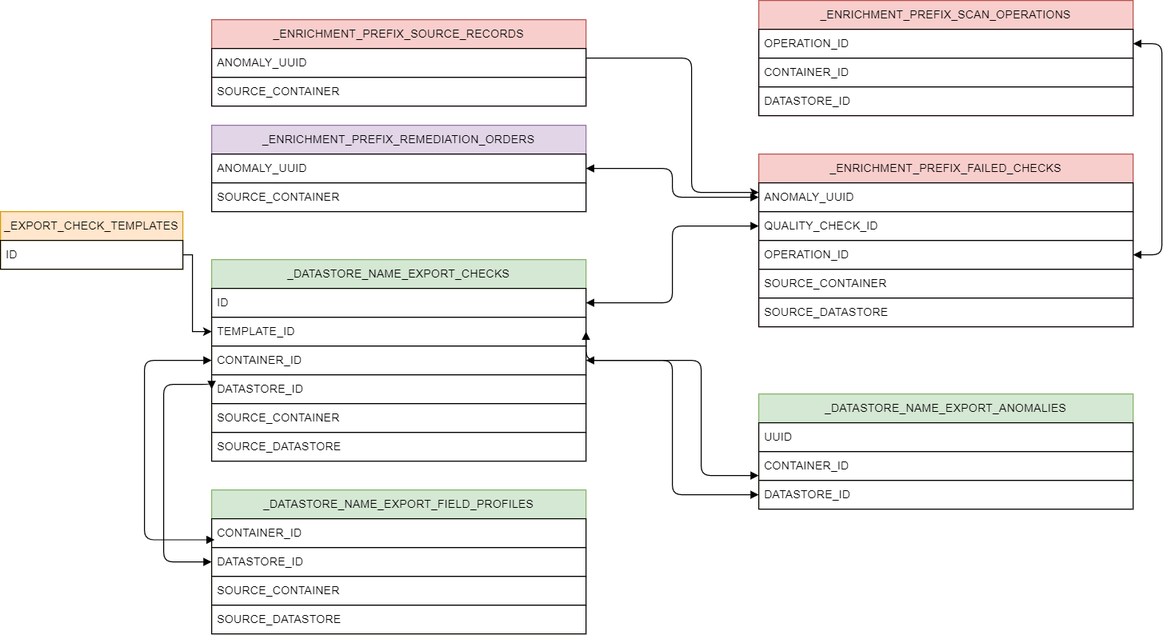
Above: docs/assets/enrichment/diagram-light.png in Qualytics/userguide (draw.io), before the change. Source tidied: cells renumbered, new cells last; positions are measured from the earlier drawing's top-left corner, leaving out a move shared by most shapes.
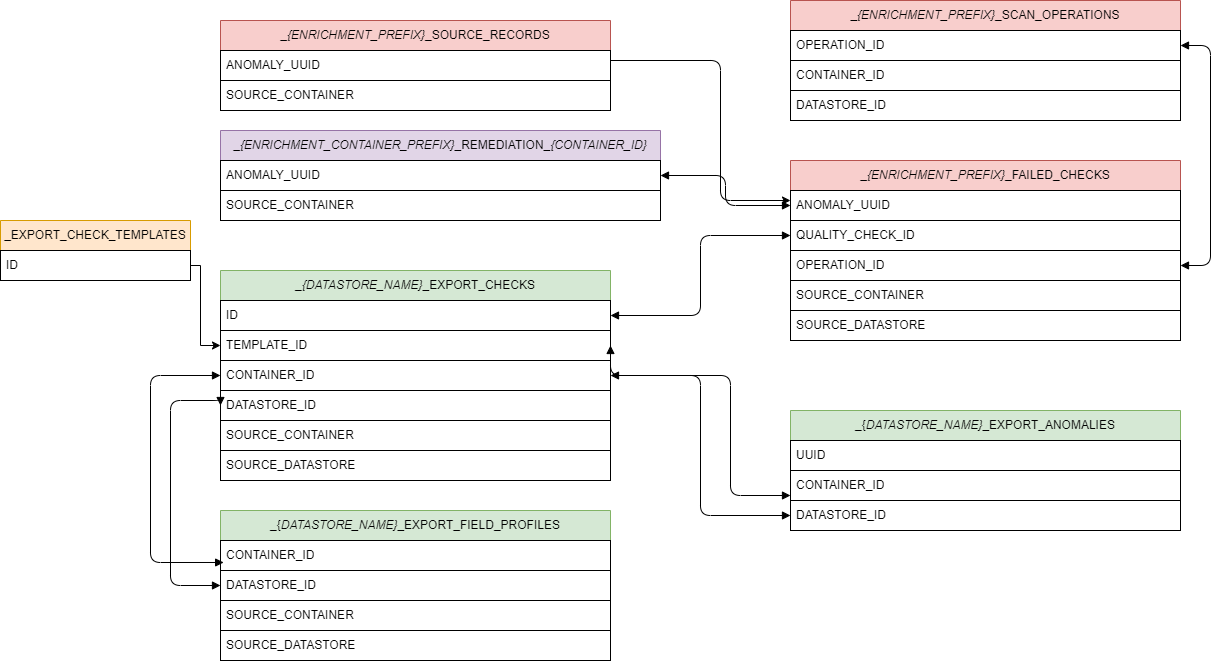
The same file after the commit.

Change to the diagram source:
```diff
@@ -2,7 +2,7 @@
   <root>
     <mxCell id="0" />
     <mxCell id="1" parent="0" />
-    <mxCell id="2" value="_DATASTORE_NAME_EXPORT_CHECKS" style="swimlane;fontStyle=0;horizontal=1;startSize=30;swimlaneLine=1;fillColor=#d5e8d4;whiteSpace=wrap;html=1;swimlaneHead=1;strokeColor=#82b366;" parent="1" vertex="1">
+    <mxCell id="2" value="_&lt;i&gt;{DATASTORE_NAME}&lt;/i&gt;_EXPORT_CHECKS" style="swimlane;fontStyle=0;horizontal=1;startSize=30;swimlaneLine=1;fillColor=#d5e8d4;whiteSpace=wrap;html=1;swimlaneHead=1;strokeColor=#82b366;" parent="1" vertex="1">
       <mxGeometry x="220" y="270" width="390" height="210" as="geometry" />
     </mxCell>
     <mxCell id="3" value="ID" style="text;strokeColor=default;fillColor=none;align=left;verticalAlign=middle;spacingLeft=4;spacingRight=4;overflow=hidden;points=[[0,0.5],[1,0.5]];portConstraint=eastwest;whiteSpace=wrap;html=1;" parent="2" vertex="1">
@@ -23,7 +23,7 @@
     <mxCell id="8" value="SOURCE_DATASTORE" style="text;strokeColor=default;fillColor=none;align=left;verticalAlign=middle;spacingLeft=4;spacingRight=4;overflow=hidden;whiteSpace=wrap;html=1;" parent="2" vertex="1">
       <mxGeometry y="180" width="390" height="30" as="geometry" />
     </mxCell>
-    <mxCell id="9" value="_DATASTORE_NAME_EXPORT_FIELD_PROFILES" style="swimlane;fontStyle=0;horizontal=1;startSize=30;swimlaneLine=1;fillColor=#d5e8d4;whiteSpace=wrap;html=1;swimlaneHead=1;strokeColor=#82b366;" parent="1" vertex="1">
+    <mxCell id="9" value="_{&lt;i&gt;DATASTORE_NAME}&lt;/i&gt;_EXPORT_FIELD_PROFILES" style="swimlane;fontStyle=0;horizontal=1;startSize=30;swimlaneLine=1;fillColor=#d5e8d4;whiteSpace=wrap;html=1;swimlaneHead=1;strokeColor=#82b366;" parent="1" vertex="1">
       <mxGeometry x="220" y="510" width="390" height="150" as="geometry" />
     </mxCell>
     <mxCell id="10" value="CONTAINER_ID" style="text;strokeColor=default;fillColor=none;align=left;verticalAlign=middle;spacingLeft=4;spacingRight=4;overflow=hidden;points=[[0,0.5],[1,0.5]];portConstraint=eastwest;whiteSpace=wrap;html=1;" parent="9" vertex="1">
@@ -38,7 +38,7 @@
     <mxCell id="13" value="SOURCE_DATASTORE" style="text;strokeColor=default;fillColor=none;align=left;verticalAlign=middle;spacingLeft=4;spacingRight=4;overflow=hidden;whiteSpace=wrap;html=1;" parent="9" vertex="1">
       <mxGeometry y="120" width="390" height="30" as="geometry" />
     </mxCell>
-    <mxCell id="14" value="_DATASTORE_NAME_EXPORT_ANOMALIES" style="swimlane;fontStyle=0;horizontal=1;startSize=30;swimlaneLine=1;fillColor=#d5e8d4;whiteSpace=wrap;html=1;swimlaneHead=1;strokeColor=#82b366;" parent="1" vertex="1">
+    <mxCell id="14" value="_{&lt;i&gt;DATASTORE_NAME}&lt;/i&gt;_EXPORT_ANOMALIES" style="swimlane;fontStyle=0;horizontal=1;startSize=30;swimlaneLine=1;fillColor=#d5e8d4;whiteSpace=wrap;html=1;swimlaneHead=1;strokeColor=#82b366;" parent="1" vertex="1">
       <mxGeometry x="790" y="410" width="390" height="120" as="geometry" />
     </mxCell>
     <mxCell id="15" value="UUID" style="text;strokeColor=default;fillColor=none;align=left;verticalAlign=middle;spacingLeft=4;spacingRight=4;overflow=hidden;whiteSpace=wrap;html=1;" parent="14" vertex="1">
@@ -50,7 +50,7 @@
     <mxCell id="17" value="DATASTORE_ID" style="text;strokeColor=default;fillColor=none;align=left;verticalAlign=middle;spacingLeft=4;spacingRight=4;overflow=hidden;points=[[0,0.5],[1,0.5]];portConstraint=eastwest;whiteSpace=wrap;html=1;" parent="14" vertex="1">
       <mxGeometry y="90" width="390" height="30" as="geometry" />
     </mxCell>
-    <mxCell id="18" value="_ENRICHMENT_PREFIX_SOURCE_RECORDS" style="swimlane;fontStyle=0;horizontal=1;startSize=30;swimlaneLine=1;fillColor=#f8cecc;whiteSpace=wrap;html=1;swimlaneHead=1;strokeColor=#b85450;" parent="1" vertex="1">
+    <mxCell id="18" value="_&lt;i&gt;{ENRICHMENT_PREFIX}&lt;/i&gt;_SOURCE_RECORDS" style="swimlane;fontStyle=0;horizontal=1;startSize=30;swimlaneLine=1;fillColor=#f8cecc;whiteSpace=wrap;html=1;swimlaneHead=1;strokeColor=#b85450;" parent="1" vertex="1">
       <mxGeometry x="220" y="20" width="390" height="90" as="geometry" />
     </mxCell>
     <mxCell id="19" value="ANOMALY_UUID" style="text;strokeColor=default;fillColor=none;align=left;verticalAlign=middle;spacingLeft=4;spacingRight=4;overflow=hidden;whiteSpace=wrap;html=1;" parent="18" vertex="1">
@@ -59,16 +59,16 @@
     <mxCell id="20" value="SOURCE_CONTAINER" style="text;strokeColor=default;fillColor=none;align=left;verticalAlign=middle;spacingLeft=4;spacingRight=4;overflow=hidden;whiteSpace=wrap;html=1;" parent="18" vertex="1">
       <mxGeometry y="60" width="390" height="30" as="geometry" />
     </mxCell>
-    <mxCell id="21" value="_ENRICHMENT_PREFIX_REMEDIATION_ORDERS" style="swimlane;fontStyle=0;horizontal=1;startSize=30;swimlaneLine=1;fillColor=#e1d5e7;whiteSpace=wrap;html=1;swimlaneHead=1;strokeColor=#9673a6;" parent="1" vertex="1">
-      <mxGeometry x="220" y="130" width="390" height="90" as="geometry" />
+    <mxCell id="21" value="_&lt;i&gt;{ENRICHMENT_CONTAINER_PREFIX}&lt;/i&gt;_REMEDIATION_&lt;i&gt;{CONTAINER_ID}&lt;/i&gt;" style="swimlane;fontStyle=0;horizontal=1;startSize=30;swimlaneLine=1;fillColor=#e1d5e7;whiteSpace=wrap;html=1;swimlaneHead=1;strokeColor=#9673a6;" parent="1" vertex="1">
+      <mxGeometry x="220" y="130" width="440" height="90" as="geometry" />
     </mxCell>
     <mxCell id="22" value="ANOMALY_UUID" style="text;strokeColor=default;fillColor=none;align=left;verticalAlign=middle;spacingLeft=4;spacingRight=4;overflow=hidden;points=[[0,0.5],[1,0.5]];portConstraint=eastwest;whiteSpace=wrap;html=1;" parent="21" vertex="1">
-      <mxGeometry y="30" width="390" height="30" as="geometry" />
+      <mxGeometry y="30" width="440" height="30" as="geometry" />
     </mxCell>
     <mxCell id="23" value="SOURCE_CONTAINER" style="text;strokeColor=default;fillColor=none;align=left;verticalAlign=middle;spacingLeft=4;spacingRight=4;overflow=hidden;whiteSpace=wrap;html=1;" parent="21" vertex="1">
-      <mxGeometry y="60" width="390" height="30" as="geometry" />
+      <mxGeometry y="60" width="440" height="30" as="geometry" />
     </mxCell>
-    <mxCell id="24" value="_ENRICHMENT_PREFIX_FAILED_CHECKS" style="swimlane;fontStyle=0;horizontal=1;startSize=30;swimlaneLine=1;fillColor=#f8cecc;whiteSpace=wrap;html=1;swimlaneHead=1;strokeColor=#b85450;" parent="1" vertex="1">
+    <mxCell id="24" value="_&lt;i&gt;{ENRICHMENT_PREFIX}&lt;/i&gt;_FAILED_CHECKS" style="swimlane;fontStyle=0;horizontal=1;startSize=30;swimlaneLine=1;fillColor=#f8cecc;whiteSpace=wrap;html=1;swimlaneHead=1;strokeColor=#b85450;" parent="1" vertex="1">
       <mxGeometry x="790" y="160" width="390" height="180" as="geometry" />
     </mxCell>
     <mxCell id="25" value="ANOMALY_UUID" style="text;strokeColor=default;fillColor=none;align=left;verticalAlign=middle;spacingLeft=4;spacingRight=4;overflow=hidden;points=[[0,0.5],[1,0.5]];portConstraint=eastwest;whiteSpace=wrap;html=1;" parent="24" vertex="1">
@@ -114,7 +114,7 @@
     <mxCell id="33" style="edgeStyle=orthogonalEdgeStyle;rounded=1;jettySize=auto;html=1;entryX=1;entryY=0.5;entryDx=0;entryDy=0;startArrow=block;startFill=1;endArrow=block;endFill=1;" parent="1" edge="1" source="17" target="5">
       <mxGeometry relative="1" as="geometry" />
     </mxCell>
-    <mxCell id="34" value="_ENRICHMENT_PREFIX_SCAN_OPERATIONS" style="swimlane;fontStyle=0;horizontal=1;startSize=30;swimlaneLine=1;fillColor=#f8cecc;whiteSpace=wrap;html=1;swimlaneHead=1;strokeColor=#b85450;" parent="1" vertex="1">
+    <mxCell id="34" value="_&lt;i&gt;{ENRICHMENT_PREFIX}&lt;/i&gt;_SCAN_OPERATIONS" style="swimlane;fontStyle=0;horizontal=1;startSize=30;swimlaneLine=1;fillColor=#f8cecc;whiteSpace=wrap;html=1;swimlaneHead=1;strokeColor=#b85450;" parent="1" vertex="1">
       <mxGeometry x="790" width="390" height="120" as="geometry" />
     </mxCell>
     <mxCell id="35" value="OPERATION_ID" style="text;strokeColor=default;fillColor=none;align=left;verticalAlign=middle;spacingLeft=4;spacingRight=4;overflow=hidden;points=[[0,0.5],[1,0.5]];portConstraint=eastwest;whiteSpace=wrap;html=1;" parent="34" vertex="1">
```
